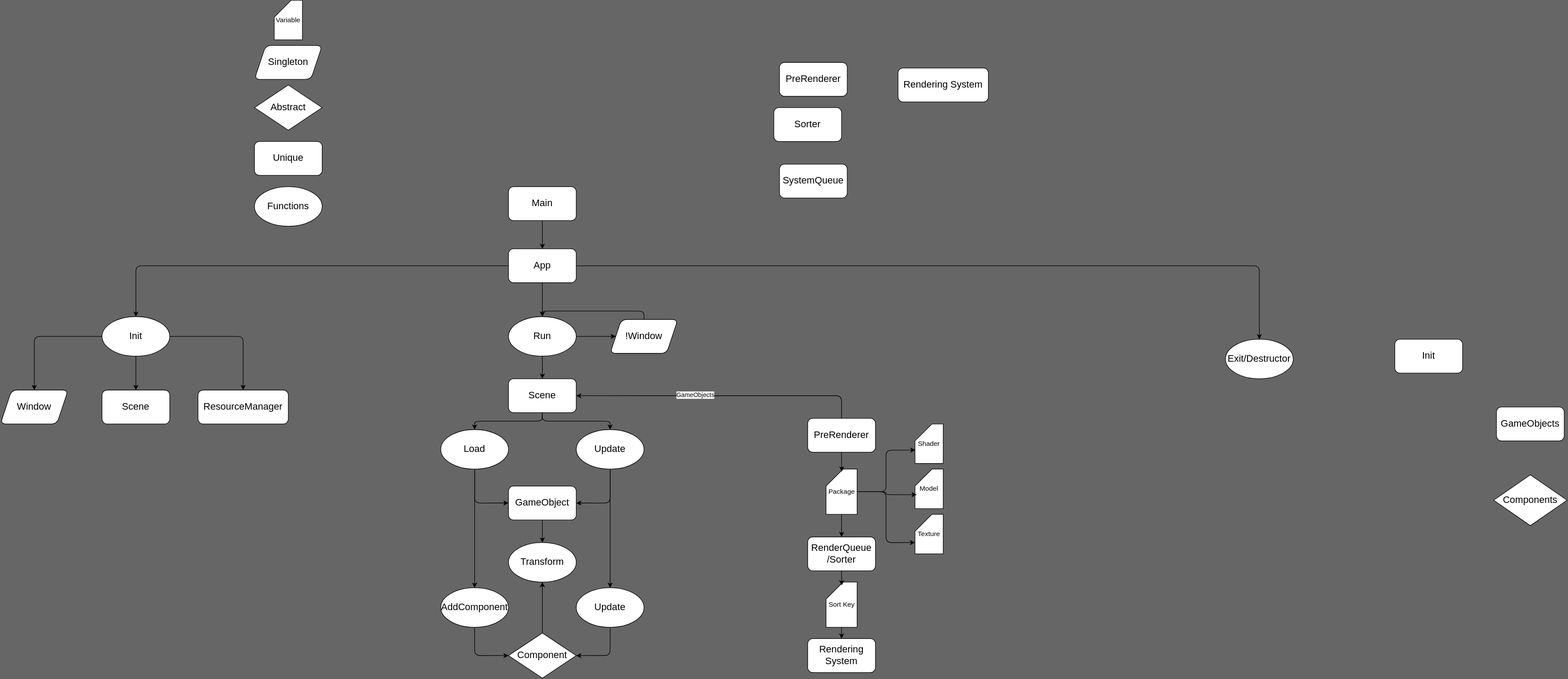
Above: Docs.drawio.svg in Zubialde/OpenGL_VSC_version_3.3 (draw.io), before the change. Source tidied: cells renumbered, new cells last; positions are measured from the earlier drawing's top-left corner, leaving out a move shared by most shapes.
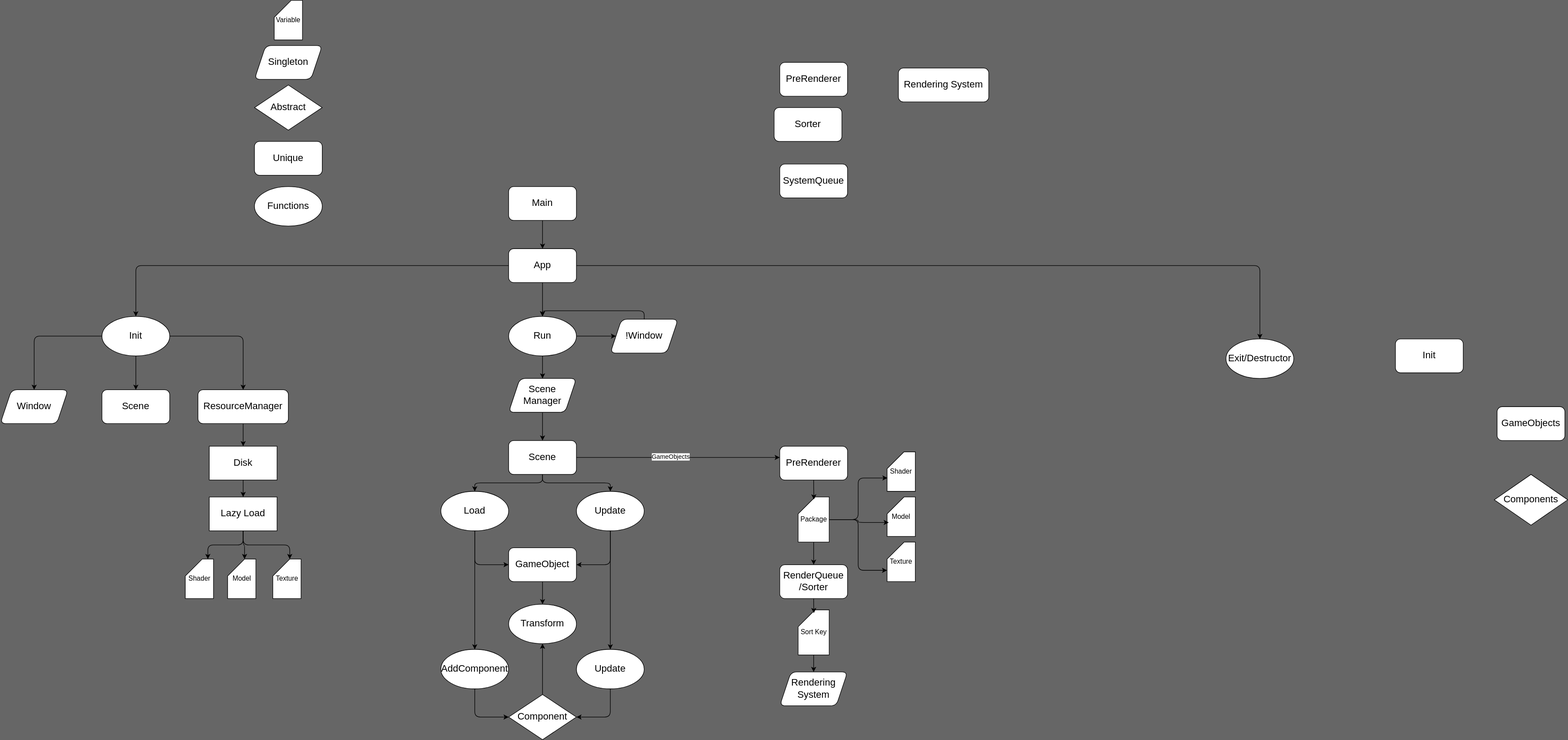
After the change.

Commit message:
Rendering System: Diagram updt

What changed in the source:
```diff
@@ -26,6 +26,9 @@
     <mxCell id="9" value="&lt;span style=&quot;font-size: 17px;&quot;&gt;GameObjects&lt;/span&gt;" style="rounded=1;whiteSpace=wrap;html=1;" parent="1" vertex="1">
       <mxGeometry x="2650" y="720" width="120" height="60" as="geometry" />
     </mxCell>
+    <mxCell id="68" style="edgeStyle=orthogonalEdgeStyle;html=1;" parent="1" edge="1" source="10" target="74">
+      <mxGeometry relative="1" as="geometry" />
+    </mxCell>
     <mxCell id="10" value="&lt;span style=&quot;font-size: 17px;&quot;&gt;ResourceManager&lt;/span&gt;" style="rounded=1;whiteSpace=wrap;html=1;" parent="1" vertex="1">
       <mxGeometry x="350" y="690" width="160" height="60" as="geometry" />
     </mxCell>
@@ -68,12 +71,12 @@
     <mxCell id="23" value="Init" style="ellipse;whiteSpace=wrap;html=1;fontSize=17;" parent="1" vertex="1">
       <mxGeometry x="180" y="560" width="120" height="70" as="geometry" />
     </mxCell>
-    <mxCell id="24" style="edgeStyle=orthogonalEdgeStyle;html=1;" parent="1" edge="1" source="26" target="30">
-      <mxGeometry relative="1" as="geometry" />
-    </mxCell>
     <mxCell id="25" style="edgeStyle=none;html=1;entryX=0;entryY=0.5;entryDx=0;entryDy=0;" parent="1" edge="1" source="26" target="49">
       <mxGeometry relative="1" as="geometry" />
     </mxCell>
+    <mxCell id="69" style="edgeStyle=orthogonalEdgeStyle;html=1;entryX=0.5;entryY=0;entryDx=0;entryDy=0;" parent="1" edge="1" source="26" target="72">
+      <mxGeometry relative="1" as="geometry" />
+    </mxCell>
     <mxCell id="26" value="Run" style="ellipse;whiteSpace=wrap;html=1;fontSize=17;" parent="1" vertex="1">
       <mxGeometry x="900" y="560" width="120" height="70" as="geometry" />
     </mxCell>
@@ -86,8 +89,19 @@
     <mxCell id="29" style="edgeStyle=orthogonalEdgeStyle;html=1;entryX=0.5;entryY=0;entryDx=0;entryDy=0;" parent="1" edge="1" source="30" target="33">
       <mxGeometry relative="1" as="geometry" />
     </mxCell>
+    <mxCell id="70" style="edgeStyle=orthogonalEdgeStyle;html=1;" parent="1" edge="1" source="30" target="53">
+      <mxGeometry relative="1" as="geometry">
+        <Array as="points">
+          <mxPoint x="1290" y="810" />
+          <mxPoint x="1290" y="810" />
+        </Array>
+      </mxGeometry>
+    </mxCell>
+    <mxCell id="52" value="GameObjects" style="edgeLabel;html=1;align=center;verticalAlign=middle;" parent="70" vertex="1">
+      <mxGeometry x="-0.08" y="2" relative="1" as="geometry" />
+    </mxCell>
     <mxCell id="30" value="&lt;font style=&quot;font-size: 17px;&quot;&gt;Scene&lt;/font&gt;" style="rounded=1;whiteSpace=wrap;html=1;" parent="1" vertex="1">
-      <mxGeometry x="900" y="670" width="120" height="60" as="geometry" />
+      <mxGeometry x="900" y="780" width="120" height="60" as="geometry" />
     </mxCell>
     <mxCell id="31" style="edgeStyle=orthogonalEdgeStyle;html=1;entryX=1;entryY=0.5;entryDx=0;entryDy=0;" parent="1" edge="1" source="33" target="38">
       <mxGeometry relative="1" as="geometry" />
@@ -96,7 +110,7 @@
       <mxGeometry relative="1" as="geometry" />
     </mxCell>
     <mxCell id="33" value="Update" style="ellipse;whiteSpace=wrap;html=1;fontSize=17;" parent="1" vertex="1">
-      <mxGeometry x="1020" y="760" width="120" height="70" as="geometry" />
+      <mxGeometry x="1020" y="870" width="120" height="70" as="geometry" />
     </mxCell>
     <mxCell id="34" style="edgeStyle=orthogonalEdgeStyle;html=1;entryX=0;entryY=0.5;entryDx=0;entryDy=0;" parent="1" edge="1" source="36" target="38">
       <mxGeometry relative="1" as="geometry" />
@@ -105,34 +119,34 @@
       <mxGeometry relative="1" as="geometry" />
     </mxCell>
     <mxCell id="36" value="Load" style="ellipse;whiteSpace=wrap;html=1;fontSize=17;" parent="1" vertex="1">
-      <mxGeometry x="780" y="760" width="120" height="70" as="geometry" />
+      <mxGeometry x="780" y="870" width="120" height="70" as="geometry" />
     </mxCell>
     <mxCell id="37" style="edgeStyle=orthogonalEdgeStyle;html=1;entryX=0.5;entryY=0;entryDx=0;entryDy=0;" parent="1" edge="1" source="38" target="45">
       <mxGeometry relative="1" as="geometry" />
     </mxCell>
     <mxCell id="38" value="&lt;span style=&quot;font-size: 17px;&quot;&gt;GameObject&lt;/span&gt;" style="rounded=1;whiteSpace=wrap;html=1;" parent="1" vertex="1">
-      <mxGeometry x="900" y="860" width="120" height="60" as="geometry" />
+      <mxGeometry x="900" y="970" width="120" height="60" as="geometry" />
     </mxCell>
     <mxCell id="39" style="edgeStyle=orthogonalEdgeStyle;html=1;entryX=0;entryY=0.5;entryDx=0;entryDy=0;" parent="1" edge="1" source="40" target="44">
       <mxGeometry relative="1" as="geometry" />
     </mxCell>
     <mxCell id="40" value="AddComponent" style="ellipse;whiteSpace=wrap;html=1;fontSize=17;" parent="1" vertex="1">
-      <mxGeometry x="780" y="1040" width="120" height="70" as="geometry" />
+      <mxGeometry x="780" y="1150" width="120" height="70" as="geometry" />
     </mxCell>
     <mxCell id="41" style="edgeStyle=orthogonalEdgeStyle;html=1;entryX=1;entryY=0.5;entryDx=0;entryDy=0;" parent="1" edge="1" source="42" target="44">
       <mxGeometry relative="1" as="geometry" />
     </mxCell>
     <mxCell id="42" value="Update" style="ellipse;whiteSpace=wrap;html=1;fontSize=17;" parent="1" vertex="1">
-      <mxGeometry x="1020" y="1040" width="120" height="70" as="geometry" />
+      <mxGeometry x="1020" y="1150" width="120" height="70" as="geometry" />
     </mxCell>
     <mxCell id="43" style="edgeStyle=orthogonalEdgeStyle;html=1;entryX=0.5;entryY=1;entryDx=0;entryDy=0;" parent="1" edge="1" source="44" target="45">
       <mxGeometry relative="1" as="geometry" />
     </mxCell>
     <mxCell id="44" value="Component" style="rhombus;whiteSpace=wrap;html=1;fontSize=17;" parent="1" vertex="1">
-      <mxGeometry x="900" y="1120" width="120" height="80" as="geometry" />
+      <mxGeometry x="900" y="1230" width="120" height="80" as="geometry" />
     </mxCell>
     <mxCell id="45" value="Transform" style="ellipse;whiteSpace=wrap;html=1;fontSize=17;" parent="1" vertex="1">
-      <mxGeometry x="900" y="960" width="120" height="70" as="geometry" />
+      <mxGeometry x="900" y="1070" width="120" height="70" as="geometry" />
     </mxCell>
     <mxCell id="46" value="Singleton" style="shape=parallelogram;perimeter=parallelogramPerimeter;whiteSpace=wrap;html=1;fixedSize=1;fontSize=17;rounded=1;" parent="1" vertex="1">
       <mxGeometry x="450" y="80" width="120" height="60" as="geometry" />
@@ -151,24 +165,11 @@
     <mxCell id="49" value="!Window" style="shape=parallelogram;perimeter=parallelogramPerimeter;whiteSpace=wrap;html=1;fixedSize=1;fontSize=17;rounded=1;" parent="1" vertex="1">
       <mxGeometry x="1080" y="565" width="120" height="60" as="geometry" />
     </mxCell>
-    <mxCell id="50" value="&lt;font style=&quot;font-size: 17px;&quot;&gt;Rendering System&lt;/font&gt;" style="rounded=1;whiteSpace=wrap;html=1;" parent="1" vertex="1">
-      <mxGeometry x="1430" y="1130" width="120" height="60" as="geometry" />
-    </mxCell>
-    <mxCell id="51" style="edgeStyle=orthogonalEdgeStyle;html=1;entryX=1;entryY=0.5;entryDx=0;entryDy=0;" parent="1" edge="1" source="53" target="30">
-      <mxGeometry relative="1" as="geometry">
-        <Array as="points">
-          <mxPoint x="1490" y="700" />
-        </Array>
-      </mxGeometry>
-    </mxCell>
-    <mxCell id="52" value="GameObjects" style="edgeLabel;html=1;align=center;verticalAlign=middle;" parent="51" vertex="1">
-      <mxGeometry x="0.17" y="-1" relative="1" as="geometry" />
-    </mxCell>
     <mxCell id="53" value="&lt;font style=&quot;font-size: 17px;&quot;&gt;PreRenderer&lt;/font&gt;" style="rounded=1;whiteSpace=wrap;html=1;" parent="1" vertex="1">
-      <mxGeometry x="1430" y="740" width="120" height="60" as="geometry" />
+      <mxGeometry x="1380" y="790" width="120" height="60" as="geometry" />
     </mxCell>
     <mxCell id="54" value="&lt;font style=&quot;font-size: 17px;&quot;&gt;RenderQueue&lt;/font&gt;&lt;div&gt;&lt;font style=&quot;font-size: 17px;&quot;&gt;/Sorter&lt;/font&gt;&lt;/div&gt;" style="rounded=1;whiteSpace=wrap;html=1;" parent="1" vertex="1">
-      <mxGeometry x="1430" y="950" width="120" height="60" as="geometry" />
+      <mxGeometry x="1380" y="1000" width="120" height="60" as="geometry" />
     </mxCell>
     <mxCell id="55" value="Variable" style="shape=card;whiteSpace=wrap;html=1;" parent="1" vertex="1">
       <mxGeometry x="485" width="50" height="70" as="geometry" />
@@ -177,19 +178,19 @@
       <mxGeometry relative="1" as="geometry" />
     </mxCell>
     <mxCell id="57" value="Package" style="shape=card;whiteSpace=wrap;html=1;" parent="1" vertex="1">
-      <mxGeometry x="1462.5" y="830" width="55" height="80" as="geometry" />
+      <mxGeometry x="1412.5" y="880" width="55" height="80" as="geometry" />
     </mxCell>
     <mxCell id="58" style="edgeStyle=orthogonalEdgeStyle;html=1;entryX=0.509;entryY=0.054;entryDx=0;entryDy=0;entryPerimeter=0;" parent="1" edge="1" source="53" target="57">
       <mxGeometry relative="1" as="geometry" />
     </mxCell>
     <mxCell id="59" value="Shader" style="shape=card;whiteSpace=wrap;html=1;" parent="1" vertex="1">
-      <mxGeometry x="1620" y="750" width="50" height="70" as="geometry" />
+      <mxGeometry x="1570" y="800" width="50" height="70" as="geometry" />
     </mxCell>
     <mxCell id="60" value="Model" style="shape=card;whiteSpace=wrap;html=1;" parent="1" vertex="1">
-      <mxGeometry x="1620" y="830" width="50" height="70" as="geometry" />
+      <mxGeometry x="1570" y="880" width="50" height="70" as="geometry" />
     </mxCell>
     <mxCell id="61" value="Texture" style="shape=card;whiteSpace=wrap;html=1;" parent="1" vertex="1">
-      <mxGeometry x="1620" y="910" width="50" height="70" as="geometry" />
+      <mxGeometry x="1570" y="960" width="50" height="70" as="geometry" />
     </mxCell>
     <mxCell id="62" style="edgeStyle=orthogonalEdgeStyle;html=1;entryX=0.013;entryY=0.662;entryDx=0;entryDy=0;entryPerimeter=0;" parent="1" edge="1" source="57" target="59">
       <mxGeometry relative="1" as="geometry" />
@@ -204,10 +205,46 @@
       <mxGeometry relative="1" as="geometry" />
     </mxCell>
     <mxCell id="66" value="Sort Key" style="shape=card;whiteSpace=wrap;html=1;" parent="1" vertex="1">
-      <mxGeometry x="1462.5" y="1030" width="55" height="80" as="geometry" />
+      <mxGeometry x="1412.5" y="1080" width="55" height="80" as="geometry" />
     </mxCell>
     <mxCell id="67" style="edgeStyle=orthogonalEdgeStyle;html=1;entryX=0.507;entryY=0.071;entryDx=0;entryDy=0;entryPerimeter=0;" parent="1" edge="1" source="54" target="66">
       <mxGeometry relative="1" as="geometry" />
     </mxCell>
+    <mxCell id="71" style="edgeStyle=orthogonalEdgeStyle;html=1;entryX=0.5;entryY=0;entryDx=0;entryDy=0;" parent="1" edge="1" source="72" target="30">
+      <mxGeometry relative="1" as="geometry" />
+    </mxCell>
+    <mxCell id="72" value="Scene Manager" style="shape=parallelogram;perimeter=parallelogramPerimeter;whiteSpace=wrap;html=1;fixedSize=1;fontSize=17;rounded=1;" parent="1" vertex="1">
+      <mxGeometry x="900" y="670" width="120" height="60" as="geometry" />
+    </mxCell>
+    <mxCell id="50" value="Rendering System" style="shape=parallelogram;perimeter=parallelogramPerimeter;whiteSpace=wrap;html=1;fixedSize=1;fontSize=17;rounded=1;" parent="1" vertex="1">
+      <mxGeometry x="1380" y="1190" width="120" height="60" as="geometry" />
+    </mxCell>
+    <mxCell id="73" style="edgeStyle=orthogonalEdgeStyle;html=1;entryX=0.5;entryY=0;entryDx=0;entryDy=0;" parent="1" edge="1" source="74" target="78">
+      <mxGeometry relative="1" as="geometry" />
+    </mxCell>
+    <mxCell id="74" value="Disk" style="rounded=0;whiteSpace=wrap;html=1;fontSize=17;" parent="1" vertex="1">
+      <mxGeometry x="370" y="790" width="120" height="60" as="geometry" />
+    </mxCell>
+    <mxCell id="75" value="Texture" style="shape=card;whiteSpace=wrap;html=1;" parent="1" vertex="1">
+      <mxGeometry x="482.5" y="990" width="50" height="70" as="geometry" />
+    </mxCell>
+    <mxCell id="76" value="Model" style="shape=card;whiteSpace=wrap;html=1;" parent="1" vertex="1">
+      <mxGeometry x="402.5" y="990" width="50" height="70" as="geometry" />
+    </mxCell>
+    <mxCell id="77" value="Shader" style="shape=card;whiteSpace=wrap;html=1;" parent="1" vertex="1">
+      <mxGeometry x="327.5" y="990" width="50" height="70" as="geometry" />
+    </mxCell>
+    <mxCell id="78" value="Lazy Load" style="rounded=0;whiteSpace=wrap;html=1;fontSize=17;" parent="1" vertex="1">
+      <mxGeometry x="370" y="880" width="120" height="60" as="geometry" />
+    </mxCell>
+    <mxCell id="79" style="edgeStyle=orthogonalEdgeStyle;html=1;entryX=0;entryY=0;entryDx=40;entryDy=0;entryPerimeter=0;" parent="1" edge="1" source="78" target="77">
+      <mxGeometry relative="1" as="geometry" />
+    </mxCell>
+    <mxCell id="80" style="edgeStyle=orthogonalEdgeStyle;html=1;entryX=0;entryY=0;entryDx=30;entryDy=0;entryPerimeter=0;" parent="1" edge="1" source="78" target="76">
+      <mxGeometry relative="1" as="geometry" />
+    </mxCell>
+    <mxCell id="81" style="edgeStyle=orthogonalEdgeStyle;html=1;entryX=0;entryY=0;entryDx=30;entryDy=0;entryPerimeter=0;" parent="1" edge="1" source="78" target="75">
+      <mxGeometry relative="1" as="geometry" />
+    </mxCell>
   </root>
 </mxGraphModel>
```
